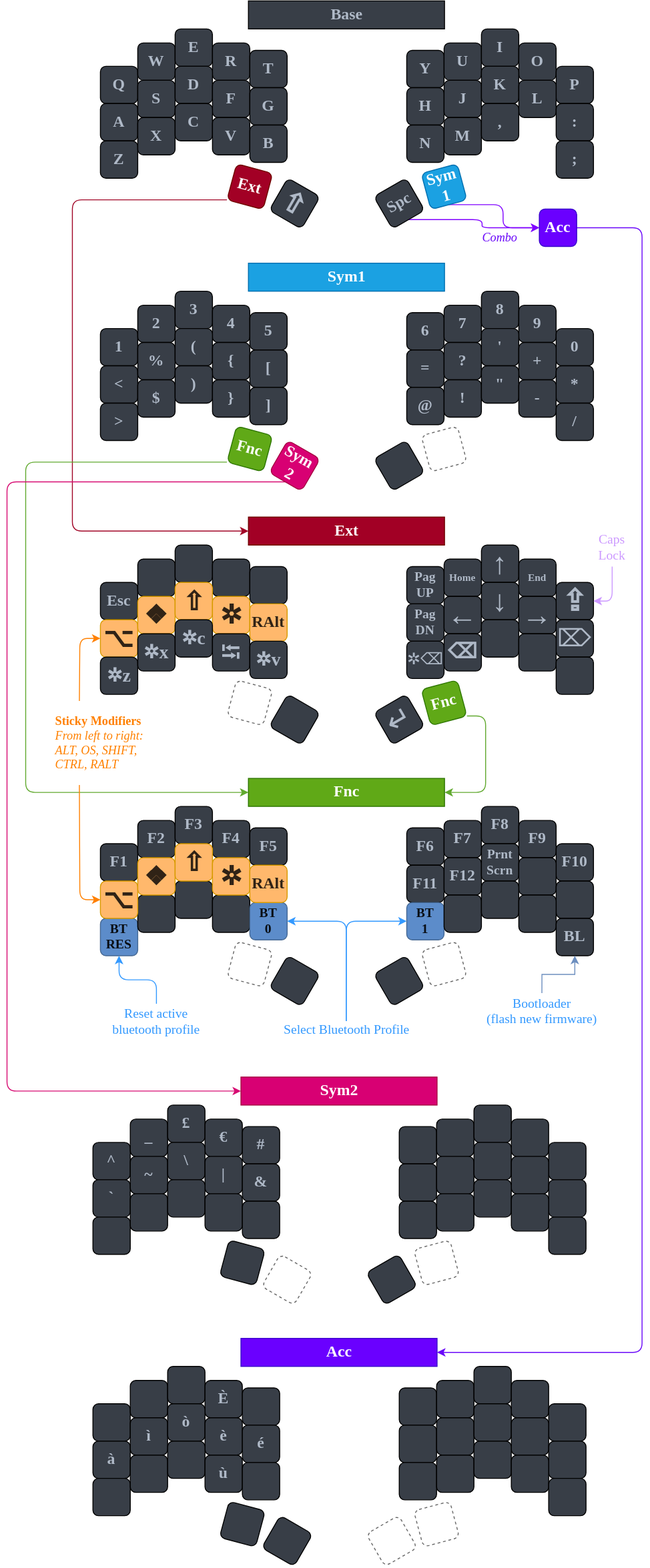
skyferix/zmk-sweep keeps this draw.io diagram as custom.drawio.svg. Above is the earlier version. Source tidied: cells renumbered, new cells last; positions are measured from the earlier drawing's top-left corner, leaving out a move shared by most shapes.
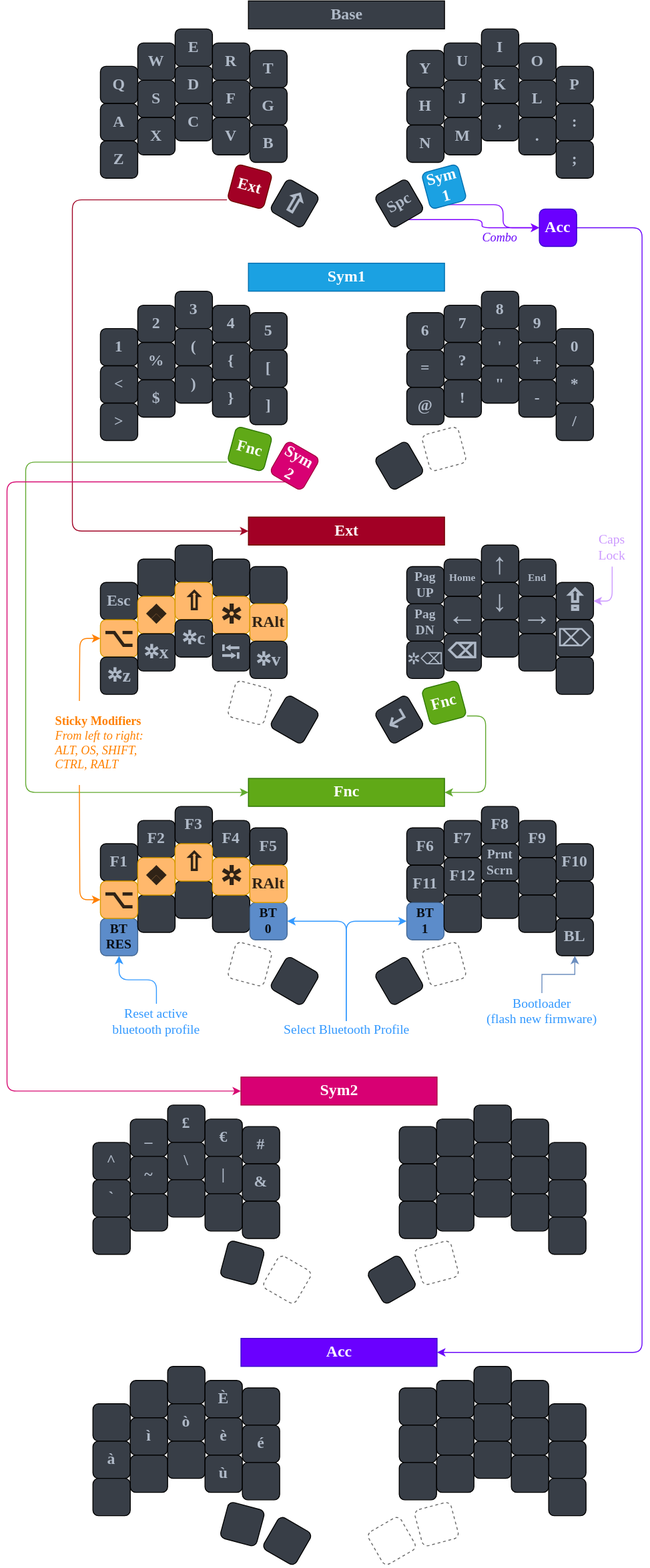
After the change.

Commit message:
Chagne back custom.drawio.svg

Diff of the diagram source:
```diff
@@ -100,6 +100,9 @@
     <mxCell id="32" value="," style="whiteSpace=wrap;html=1;fontSize=17;fontFamily=Verdana;fontStyle=1;fontColor=#AFB9C7;fillColor=#383E47;rounded=1;" parent="1" vertex="1">
       <mxGeometry x="508" y="110" width="40" height="40" as="geometry" />
     </mxCell>
+    <mxCell id="233" value="." style="whiteSpace=wrap;html=1;fontSize=17;fontFamily=Verdana;fontStyle=1;fontColor=#AFB9C7;fillColor=#383E47;rounded=1;" parent="1" vertex="1">
+      <mxGeometry x="548" y="125" width="40" height="40" as="geometry" />
+    </mxCell>
     <mxCell id="33" value=";" style="whiteSpace=wrap;html=1;fontSize=17;fontFamily=Verdana;fontStyle=1;fontColor=#AFB9C7;fillColor=#383E47;rounded=1;" parent="1" vertex="1">
       <mxGeometry x="588" y="150" width="40" height="40" as="geometry" />
     </mxCell>
```
